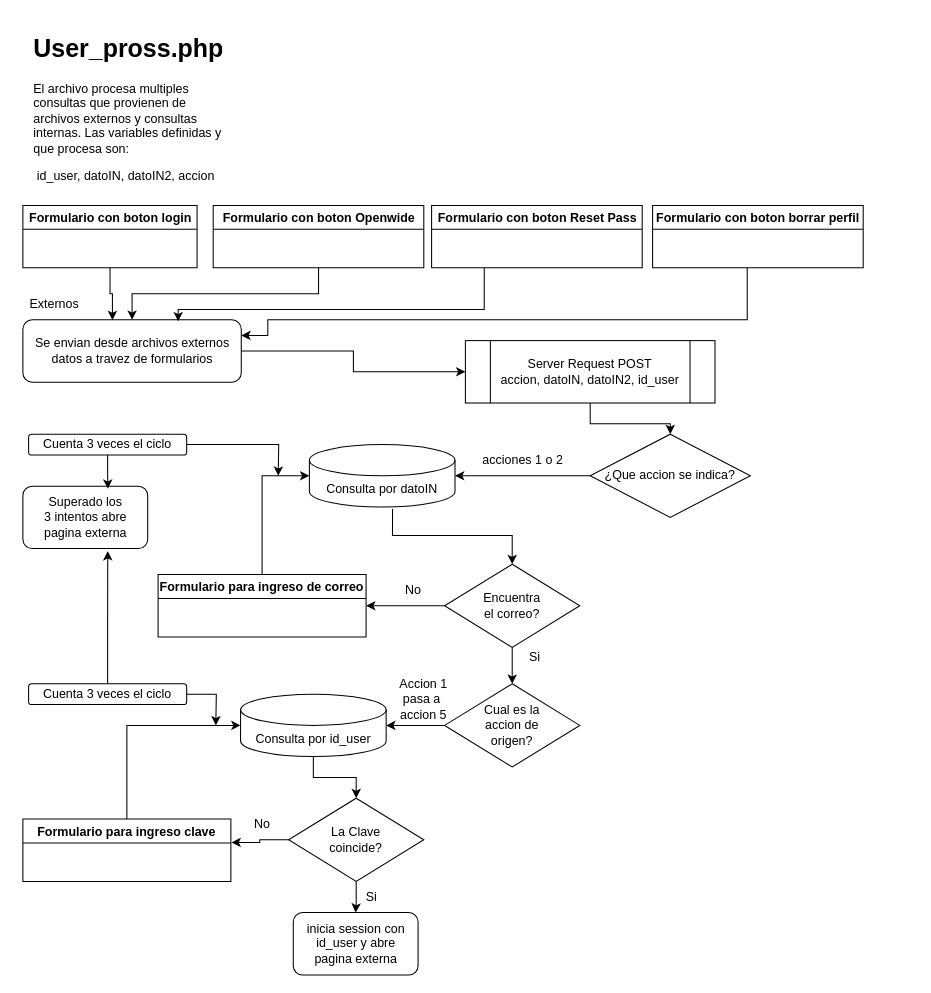
The draw.io diagram user_prossphp.drawio in MaxiFranz/TrayectoP, before the edit. Source tidied: cells renumbered, new cells numbered last; positions are measured from the earlier drawing's top-left corner, leaving out a move shared by most shapes. Both pictures are drawn from the tidied source at 104%, with x=0, y=0 at pixel (18, 28).
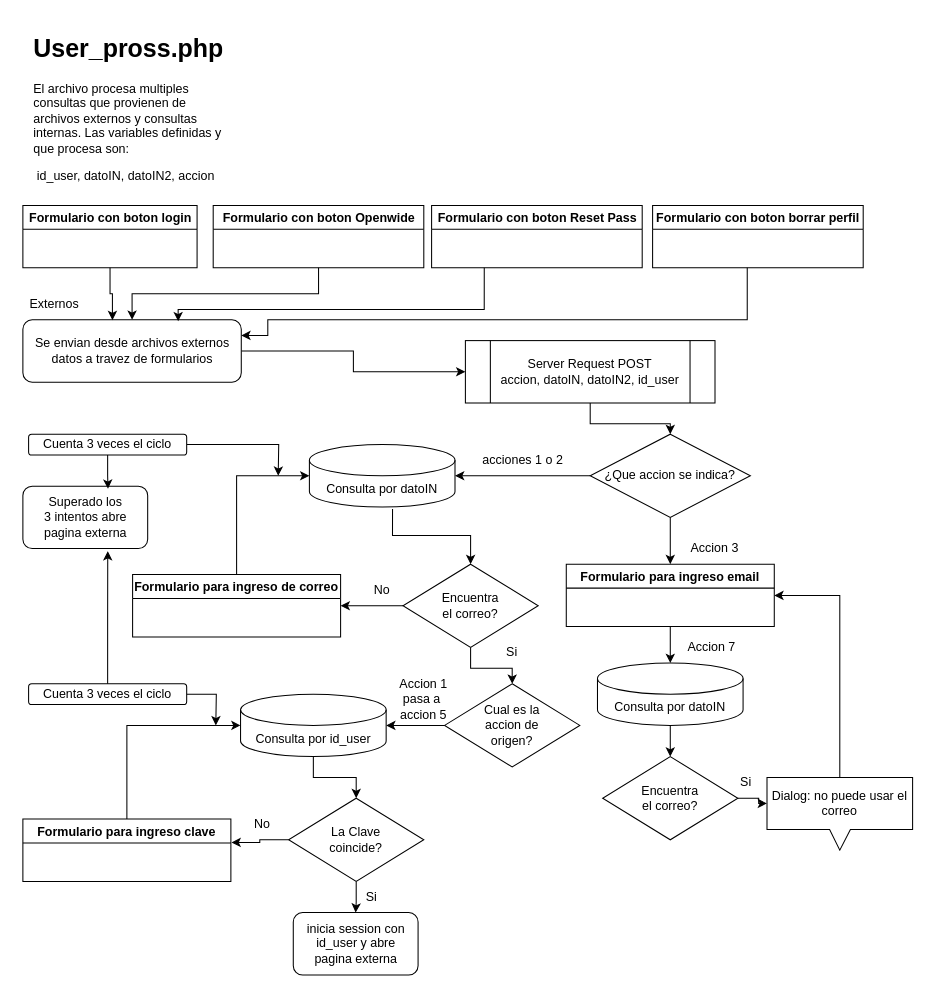
Above is the later version.

The change refers to these unchanged cells:
```xml
<mxCell id="17" value="¿Que accion se indica?" style="rhombus;whiteSpace=wrap;html=1;" parent="1" vertex="1">
  <mxGeometry x="550" y="390" width="154" height="80" as="geometry" />
</mxCell>
```

The edit, as a diff of the source:
```diff
@@
+    <mxCell id="48" style="edgeStyle=orthogonalEdgeStyle;rounded=0;jettySize=auto;html=1;entryX=0.5;entryY=0;entryDx=0;entryDy=0;" parent="1" edge="1" source="17" target="49">
+      <mxGeometry relative="1" as="geometry" />
+    </mxCell>
@@
     <mxCell id="23" value="Encuentra &lt;br&gt;el correo?" style="rhombus;whiteSpace=wrap;html=1;" parent="1" vertex="1">
-      <mxGeometry x="410" y="515" width="130" height="80" as="geometry" />
+      <mxGeometry x="370" y="515" width="130" height="80" as="geometry" />
     </mxCell>
     <mxCell id="24" value="Formulario para ingreso de correo" style="swimlane;" parent="1" vertex="1">
-      <mxGeometry x="134.5" y="525" width="200" height="60" as="geometry" />
+      <mxGeometry x="110" y="525" width="200" height="60" as="geometry" />
     </mxCell>
     <mxCell id="25" value="Si" style="text;html=1;strokeColor=none;fillColor=none;align=center;verticalAlign=middle;whiteSpace=wrap;rounded=0;" parent="1" vertex="1">
-      <mxGeometry x="477" y="590" width="40" height="30" as="geometry" />
+      <mxGeometry x="455" y="585" width="40" height="30" as="geometry" />
     </mxCell>
@@
     <mxCell id="34" value="No" style="text;html=1;strokeColor=none;fillColor=none;align=center;verticalAlign=middle;whiteSpace=wrap;rounded=0;" parent="1" vertex="1">
-      <mxGeometry x="350" y="525" width="60" height="30" as="geometry" />
+      <mxGeometry x="320" y="525" width="60" height="30" as="geometry" />
     </mxCell>
@@
+    <mxCell id="49" value="Formulario para ingreso email" style="swimlane;" parent="1" vertex="1">
+      <mxGeometry x="527" y="515" width="200" height="60" as="geometry" />
+    </mxCell>
+    <mxCell id="50" value="Accion 3" style="text;html=1;strokeColor=none;fillColor=none;align=center;verticalAlign=middle;whiteSpace=wrap;rounded=0;" parent="1" vertex="1">
+      <mxGeometry x="640" y="485" width="60" height="30" as="geometry" />
+    </mxCell>
+    <mxCell id="51" style="edgeStyle=orthogonalEdgeStyle;rounded=0;jettySize=auto;html=1;entryX=0.5;entryY=0;entryDx=0;entryDy=0;" parent="1" edge="1" source="52" target="55">
+      <mxGeometry relative="1" as="geometry" />
+    </mxCell>
+    <mxCell id="52" value="Consulta por datoIN" style="shape=cylinder3;whiteSpace=wrap;html=1;boundedLbl=1;backgroundOutline=1;size=15;" parent="1" vertex="1">
+      <mxGeometry x="557" y="610" width="140" height="60" as="geometry" />
+    </mxCell>
+    <mxCell id="53" style="edgeStyle=orthogonalEdgeStyle;rounded=0;jettySize=auto;html=1;entryX=0.5;entryY=0;entryDx=0;entryDy=0;entryPerimeter=0;" parent="1" edge="1" source="49" target="52">
+      <mxGeometry relative="1" as="geometry" />
+    </mxCell>
+    <mxCell id="54" value="Accion 7" style="text;html=1;strokeColor=none;fillColor=none;align=center;verticalAlign=middle;whiteSpace=wrap;rounded=0;" parent="1" vertex="1">
+      <mxGeometry x="637" y="580" width="60" height="30" as="geometry" />
+    </mxCell>
+    <mxCell id="55" value="Encuentra &lt;br&gt;el correo?" style="rhombus;whiteSpace=wrap;html=1;" parent="1" vertex="1">
+      <mxGeometry x="562" y="700" width="130" height="80" as="geometry" />
+    </mxCell>
+    <mxCell id="56" style="edgeStyle=orthogonalEdgeStyle;rounded=0;jettySize=auto;html=1;entryX=1;entryY=0.5;entryDx=0;entryDy=0;" parent="1" edge="1" source="57" target="49">
+      <mxGeometry relative="1" as="geometry" />
+    </mxCell>
+    <mxCell id="57" value="Dialog: no puede usar el correo" style="shape=callout;whiteSpace=wrap;html=1;perimeter=calloutPerimeter;size=20;position=0.43;" parent="1" vertex="1">
+      <mxGeometry x="720" y="720" width="140" height="70" as="geometry" />
+    </mxCell>
+    <mxCell id="58" style="edgeStyle=orthogonalEdgeStyle;rounded=0;jettySize=auto;html=1;entryX=0;entryY=0;entryDx=0;entryDy=25;entryPerimeter=0;" parent="1" edge="1" source="55" target="57">
+      <mxGeometry relative="1" as="geometry" />
+    </mxCell>
+    <mxCell id="59" value="Si" style="text;html=1;strokeColor=none;fillColor=none;align=center;verticalAlign=middle;whiteSpace=wrap;rounded=0;" parent="1" vertex="1">
+      <mxGeometry x="670" y="710" width="60" height="30" as="geometry" />
+    </mxCell>
```
